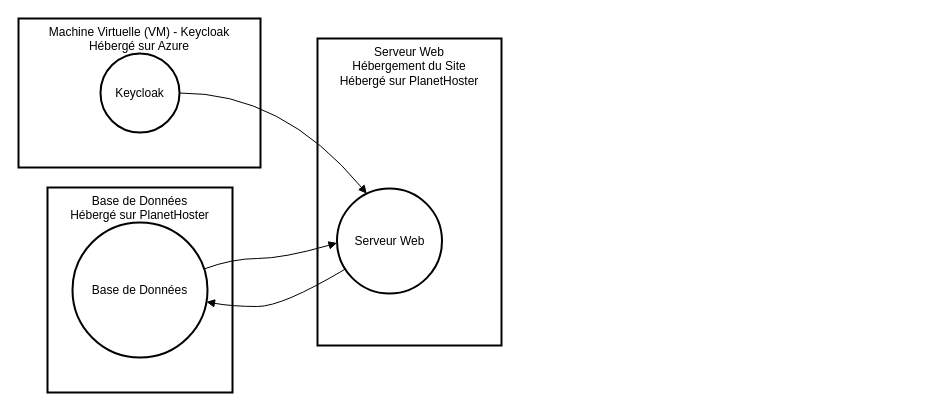
Before: Diagramme sans nom.drawio in LindaArezki/test, a draw.io diagram. Source tidied: cells renumbered, new cells numbered last; positions are measured from the earlier drawing's top-left corner, leaving out a move shared by most shapes. Both pictures are drawn from the tidied source at 100%, with x=0, y=0 at pixel (18, 18).
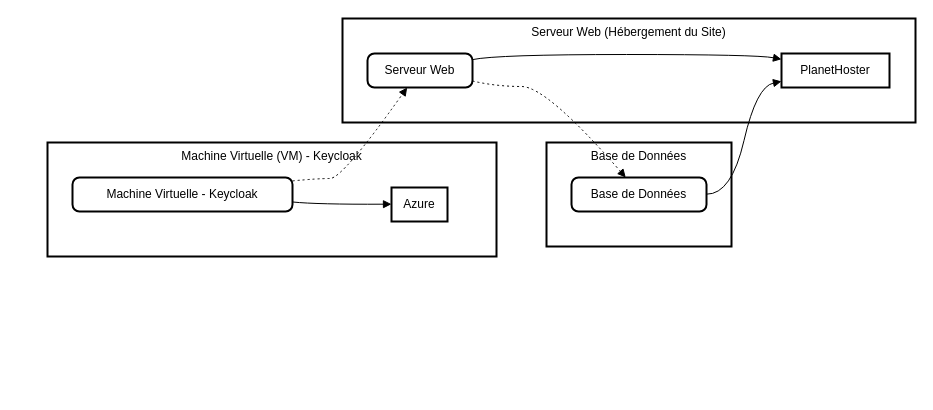
The same page after the edit.

Change to the diagram source:
```diff
@@
-    <mxCell id="2" value="Base de Données&#10;Hébergé sur PlanetHoster" style="whiteSpace=wrap;strokeWidth=2;verticalAlign=top;" parent="1" vertex="1">
-      <mxGeometry x="29" y="169" width="185" height="205" as="geometry" />
+    <mxCell id="2" value="Base de Données" style="whiteSpace=wrap;strokeWidth=2;verticalAlign=top;" parent="1" vertex="1">
+      <mxGeometry x="528" y="124" width="185" height="104" as="geometry" />
     </mxCell>
-    <mxCell id="3" value="Base de Données" style="ellipse;strokeWidth=2;whiteSpace=wrap;" parent="1" vertex="1">
-      <mxGeometry x="54" y="204" width="135" height="135" as="geometry" />
+    <mxCell id="3" value="Base de Données" style="rounded=1;absoluteArcSize=1;arcSize=14;whiteSpace=wrap;strokeWidth=2;" parent="1" vertex="1">
+      <mxGeometry x="553" y="159" width="135" height="34" as="geometry" />
     </mxCell>
-    <mxCell id="4" value="Serveur Web&#10;Hébergement du Site&#10;Hébergé sur PlanetHoster" style="whiteSpace=wrap;strokeWidth=2;verticalAlign=top;" parent="1" vertex="1">
-      <mxGeometry x="299" y="20" width="184" height="307" as="geometry" />
+    <mxCell id="4" value="Serveur Web (Hébergement du Site)" style="whiteSpace=wrap;strokeWidth=2;verticalAlign=top;" parent="1" vertex="1">
+      <mxGeometry x="324" width="573" height="104" as="geometry" />
     </mxCell>
-    <mxCell id="5" value="Serveur Web" style="ellipse;strokeWidth=2;whiteSpace=wrap;" parent="1" vertex="1">
-      <mxGeometry x="318.5" y="170" width="105" height="105" as="geometry" />
+    <mxCell id="5" value="Serveur Web" style="rounded=1;absoluteArcSize=1;arcSize=14;whiteSpace=wrap;strokeWidth=2;" parent="1" vertex="1">
+      <mxGeometry x="349" y="35" width="105" height="34" as="geometry" />
     </mxCell>
-    <mxCell id="6" value="Machine Virtuelle (VM) - Keycloak&#10;Hébergé sur Azure" style="whiteSpace=wrap;strokeWidth=2;verticalAlign=top;" parent="1" vertex="1">
-      <mxGeometry width="242" height="149" as="geometry" />
+    <mxCell id="6" value="PlanetHoster" style="whiteSpace=wrap;strokeWidth=2;" parent="1" vertex="1">
+      <mxGeometry x="763" y="35" width="108" height="34" as="geometry" />
     </mxCell>
-    <mxCell id="7" value="Keycloak" style="ellipse;strokeWidth=2;whiteSpace=wrap;" parent="1" vertex="1">
-      <mxGeometry x="82" y="35" width="79" height="79" as="geometry" />
+    <mxCell id="7" value="Machine Virtuelle (VM) - Keycloak" style="whiteSpace=wrap;strokeWidth=2;verticalAlign=top;" parent="1" vertex="1">
+      <mxGeometry x="29" y="124" width="449" height="114" as="geometry" />
     </mxCell>
-    <mxCell id="8" style="curved=1;startArrow=none;endArrow=block;exitX=1;exitY=0.5;entryX=0.26;entryY=0;" parent="1" edge="1" source="7" target="5">
-      <mxGeometry relative="1" as="geometry">
-        <Array as="points">
-          <mxPoint x="264" y="74" />
-        </Array>
-      </mxGeometry>
+    <mxCell id="8" value="Machine Virtuelle - Keycloak" style="rounded=1;absoluteArcSize=1;arcSize=14;whiteSpace=wrap;strokeWidth=2;" parent="1" vertex="1">
+      <mxGeometry x="54" y="159" width="220" height="34" as="geometry" />
     </mxCell>
-    <mxCell id="9" style="curved=1;startArrow=none;endArrow=block;exitX=0;exitY=0.82;entryX=1;entryY=0.59;" parent="1" edge="1" source="5" target="3">
-      <mxGeometry relative="1" as="geometry">
-        <Array as="points">
-          <mxPoint x="264" y="288" />
-          <mxPoint x="214" y="288" />
-        </Array>
-      </mxGeometry>
+    <mxCell id="9" value="Azure" style="whiteSpace=wrap;strokeWidth=2;" parent="1" vertex="1">
+      <mxGeometry x="373" y="169" width="56" height="34" as="geometry" />
     </mxCell>
-    <mxCell id="10" style="curved=1;startArrow=none;endArrow=block;exitX=1;exitY=0.33;entryX=0;entryY=0.52;" parent="1" edge="1" source="3" target="5">
+    <mxCell id="10" style="curved=1;startArrow=none;endArrow=block;exitX=1;exitY=0.72;entryX=0;entryY=0.49;" parent="1" edge="1" source="8" target="9">
       <mxGeometry relative="1" as="geometry">
         <Array as="points">
-          <mxPoint x="214" y="240" />
-          <mxPoint x="264" y="240" />
+          <mxPoint x="299" y="186" />
         </Array>
       </mxGeometry>
     </mxCell>
+    <mxCell id="11" style="curved=1;startArrow=none;endArrow=block;exitX=1;exitY=0.18;entryX=0;entryY=0.17;" parent="1" edge="1" source="5" target="6">
+      <mxGeometry relative="1" as="geometry">
+        <Array as="points">
+          <mxPoint x="478" y="36" />
+          <mxPoint x="738" y="36" />
+        </Array>
+      </mxGeometry>
+    </mxCell>
+    <mxCell id="12" style="curved=1;startArrow=none;endArrow=block;exitX=1;exitY=0.49;entryX=0;entryY=0.82;" parent="1" edge="1" source="3" target="6">
+      <mxGeometry relative="1" as="geometry">
+        <Array as="points">
+          <mxPoint x="713" y="176" />
+          <mxPoint x="738" y="68" />
+        </Array>
+      </mxGeometry>
+    </mxCell>
+    <mxCell id="13" style="curved=1;dashed=1;dashPattern=2 3;startArrow=none;endArrow=block;exitX=1;exitY=0.1;entryX=0.38;entryY=0.99;" parent="1" edge="1" source="8" target="5">
+      <mxGeometry relative="1" as="geometry">
+        <Array as="points">
+          <mxPoint x="299" y="160" />
+          <mxPoint x="324" y="160" />
+        </Array>
+      </mxGeometry>
+    </mxCell>
+    <mxCell id="14" style="curved=1;dashed=1;dashPattern=2 3;startArrow=none;endArrow=block;exitX=1;exitY=0.81;entryX=0.4;entryY=-0.01;" parent="1" edge="1" source="5" target="3">
+      <mxGeometry relative="1" as="geometry">
+        <Array as="points">
+          <mxPoint x="478" y="68" />
+          <mxPoint x="528" y="68" />
+        </Array>
+      </mxGeometry>
+    </mxCell>
```
